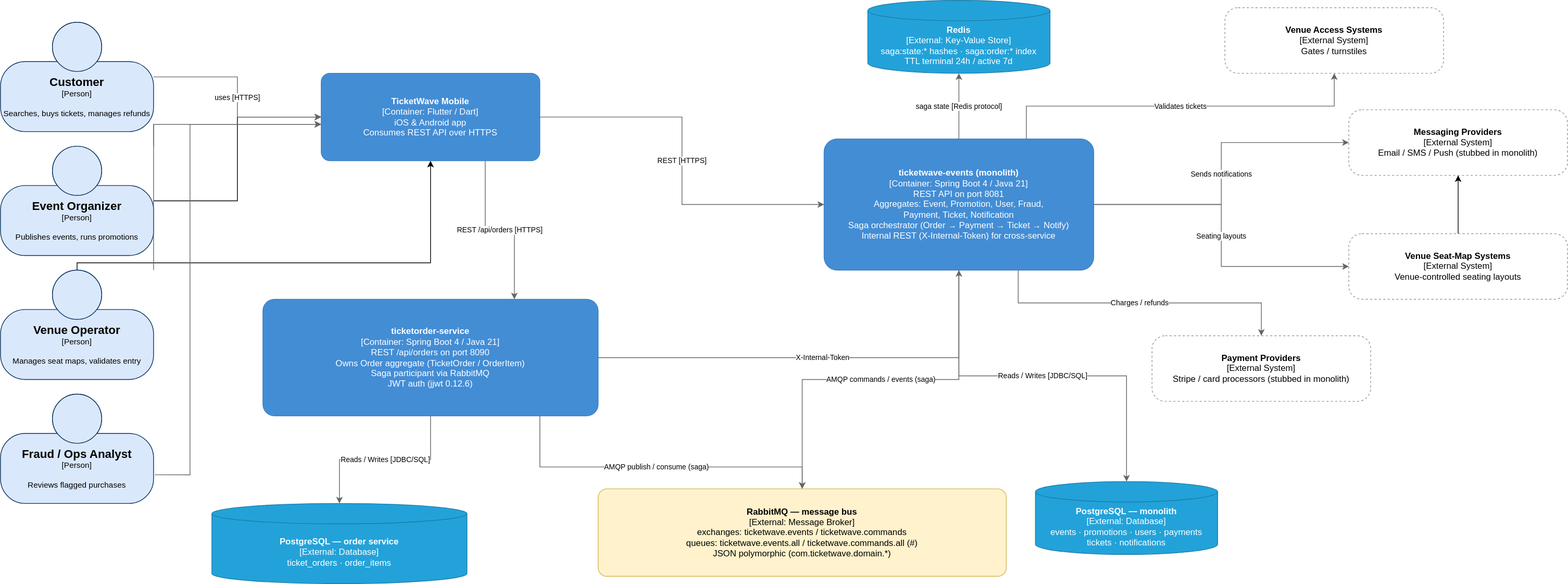
Above: ticketwave-events/diagrams/c4model/ticketwave-c2-container.drawio.svg in Juanchoque1206/ticketwave-api-gateway (draw.io), before the change. Source tidied: cells renumbered, new cells last; positions are measured from the earlier drawing's top-left corner, leaving out a move shared by most shapes.
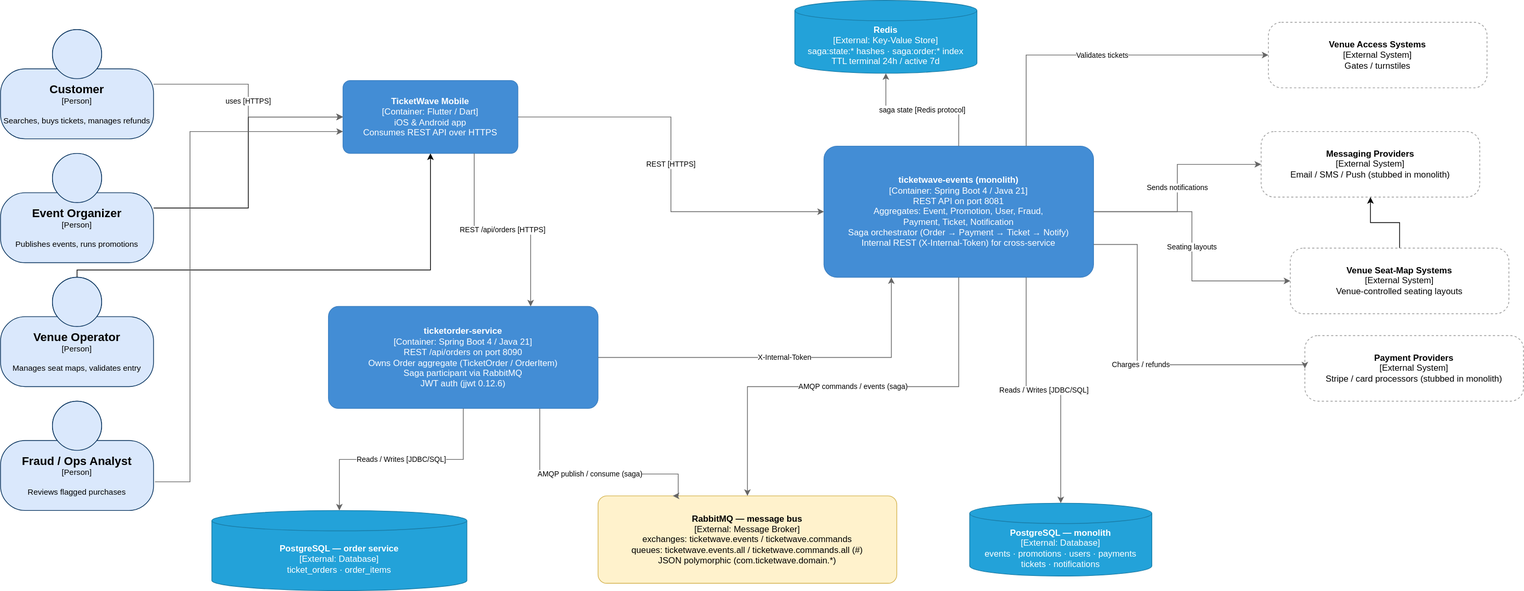
After the change.

The edit, as a diff of the source:
```diff
@@ -26,10 +26,10 @@
       <mxGeometry y="540" width="210" height="150" as="geometry" />
     </mxCell>
     <mxCell id="8" value="&lt;b&gt;TicketWave Mobile&lt;/b&gt;&lt;br&gt;[Container: Flutter / Dart]&lt;br&gt;iOS &amp; Android app&lt;br&gt;Consumes REST API over HTTPS" style="rounded=1;whiteSpace=wrap;html=1;fillColor=#438dd5;strokeColor=#3c7fc0;fontColor=#ffffff;arcSize=10;" parent="1" vertex="1">
-      <mxGeometry x="440" y="100" width="300" height="120" as="geometry" />
+      <mxGeometry x="470" y="100" width="240" height="100" as="geometry" />
     </mxCell>
     <mxCell id="9" value="&lt;b&gt;ticketorder-service&lt;/b&gt;&lt;br&gt;[Container: Spring Boot 4 / Java 21]&lt;br&gt;REST /api/orders on port 8090&lt;br&gt;Owns Order aggregate (TicketOrder / OrderItem)&lt;br&gt;Saga participant via RabbitMQ&lt;br&gt;JWT auth (jjwt 0.12.6)" style="rounded=1;whiteSpace=wrap;html=1;fillColor=#438dd5;strokeColor=#3c7fc0;fontColor=#ffffff;arcSize=10;" parent="1" vertex="1">
-      <mxGeometry x="360" y="410" width="460" height="160" as="geometry" />
+      <mxGeometry x="450" y="410" width="370" height="140" as="geometry" />
     </mxCell>
     <mxCell id="10" value="&lt;b&gt;ticketwave-events (monolith)&lt;/b&gt;&lt;br&gt;[Container: Spring Boot 4 / Java 21]&lt;br&gt;REST API on port 8081&lt;br&gt;Aggregates: Event, Promotion, User, Fraud,&lt;br&gt;Payment, Ticket, Notification&lt;br&gt;Saga orchestrator (Order → Payment → Ticket → Notify)&lt;br&gt;Internal REST (X-Internal-Token) for cross-service" style="rounded=1;whiteSpace=wrap;html=1;fillColor=#438dd5;strokeColor=#3c7fc0;fontColor=#ffffff;arcSize=10;" parent="1" vertex="1">
       <mxGeometry x="1130" y="190" width="370" height="180" as="geometry" />
@@ -38,46 +38,32 @@
       <mxGeometry x="290" y="690" width="350" height="110" as="geometry" />
     </mxCell>
     <mxCell id="12" value="&lt;b&gt;Redis&lt;/b&gt;&lt;br&gt;[External: Key-Value Store]&lt;br&gt;saga:state:* hashes · saga:order:* index&lt;br&gt;TTL terminal 24h / active 7d" style="shape=cylinder3;whiteSpace=wrap;html=1;boundedLbl=1;backgroundOutline=1;size=14;fillColor=#23a2d9;strokeColor=#1a7da8;fontColor=#ffffff;" parent="1" vertex="1">
-      <mxGeometry x="1190" width="250" height="100" as="geometry" />
+      <mxGeometry x="1090" y="-10" width="250" height="100" as="geometry" />
     </mxCell>
     <mxCell id="13" value="&lt;b&gt;PostgreSQL — monolith&lt;/b&gt;&lt;br&gt;[External: Database]&lt;br&gt;events · promotions · users · payments&lt;br&gt;tickets · notifications" style="shape=cylinder3;whiteSpace=wrap;html=1;boundedLbl=1;backgroundOutline=1;size=14;fillColor=#23a2d9;strokeColor=#1a7da8;fontColor=#ffffff;" parent="1" vertex="1">
-      <mxGeometry x="1420" y="660" width="250" height="100" as="geometry" />
+      <mxGeometry x="1330" y="680" width="250" height="100" as="geometry" />
     </mxCell>
     <mxCell id="14" value="&lt;b&gt;RabbitMQ — message bus&lt;/b&gt;&lt;br&gt;[External: Message Broker]&lt;br&gt;exchanges: ticketwave.events / ticketwave.commands&lt;br&gt;queues: ticketwave.events.all / ticketwave.commands.all (#)&lt;br&gt;JSON polymorphic (com.ticketwave.domain.*)" style="rounded=1;whiteSpace=wrap;html=1;fillColor=#fff2cc;strokeColor=#d6b656;fontColor=#000000;arcSize=10;" parent="1" vertex="1">
-      <mxGeometry x="820" y="670" width="560" height="120" as="geometry" />
+      <mxGeometry x="820" y="670" width="410" height="120" as="geometry" />
     </mxCell>
     <mxCell id="15" value="&lt;b&gt;Payment Providers&lt;/b&gt;&lt;br&gt;[External System]&lt;br&gt;Stripe / card processors (stubbed in monolith)" style="rounded=1;whiteSpace=wrap;html=1;fillColor=#ffffff;strokeColor=#999999;dashed=1;arcSize=20;" parent="1" vertex="1">
-      <mxGeometry x="1580" y="460" width="300" height="90" as="geometry" />
+      <mxGeometry x="1790" y="450" width="300" height="90" as="geometry" />
     </mxCell>
     <mxCell id="16" value="&lt;b&gt;Messaging Providers&lt;/b&gt;&lt;br&gt;[External System]&lt;br&gt;Email / SMS / Push (stubbed in monolith)" style="rounded=1;whiteSpace=wrap;html=1;fillColor=#ffffff;strokeColor=#999999;dashed=1;arcSize=20;" parent="1" vertex="1">
-      <mxGeometry x="1850" y="150" width="300" height="90" as="geometry" />
+      <mxGeometry x="1730" y="170" width="300" height="90" as="geometry" />
     </mxCell>
     <mxCell id="17" value="&lt;b&gt;Venue Access Systems&lt;/b&gt;&lt;br&gt;[External System]&lt;br&gt;Gates / turnstiles" style="rounded=1;whiteSpace=wrap;html=1;fillColor=#ffffff;strokeColor=#999999;dashed=1;arcSize=20;" parent="1" vertex="1">
-      <mxGeometry x="1680" y="10" width="300" height="90" as="geometry" />
+      <mxGeometry x="1740" y="20" width="300" height="90" as="geometry" />
     </mxCell>
     <mxCell id="18" style="edgeStyle=orthogonalEdgeStyle;rounded=0;jettySize=auto;html=1;" parent="1" edge="1" source="19" target="16">
       <mxGeometry relative="1" as="geometry" />
     </mxCell>
     <mxCell id="19" value="&lt;b&gt;Venue Seat-Map Systems&lt;/b&gt;&lt;br&gt;[External System]&lt;br&gt;Venue-controlled seating layouts" style="rounded=1;whiteSpace=wrap;html=1;fillColor=#ffffff;strokeColor=#999999;dashed=1;arcSize=20;" parent="1" vertex="1">
-      <mxGeometry x="1850" y="320" width="300" height="90" as="geometry" />
+      <mxGeometry x="1770" y="330" width="300" height="90" as="geometry" />
     </mxCell>
     <mxCell id="20" value="uses [HTTPS]" style="edgeStyle=orthogonalEdgeStyle;rounded=0;jettySize=auto;html=1;strokeColor=#666666;fontSize=10;" parent="1" edge="1" source="2" target="8">
       <mxGeometry relative="1" as="geometry" />
     </mxCell>
-    <mxCell id="21" style="edgeStyle=orthogonalEdgeStyle;rounded=0;jettySize=auto;html=1;strokeColor=#666666;fontSize=10;" parent="1" edge="1" source="4" target="8">
-      <mxGeometry relative="1" as="geometry">
-        <Array as="points">
-          <mxPoint x="210" y="170" />
-        </Array>
-      </mxGeometry>
-    </mxCell>
-    <mxCell id="22" style="edgeStyle=orthogonalEdgeStyle;rounded=0;jettySize=auto;html=1;strokeColor=#666666;fontSize=10;" parent="1" edge="1" source="6" target="8">
-      <mxGeometry relative="1" as="geometry">
-        <Array as="points">
-          <mxPoint x="210" y="170" />
-        </Array>
-      </mxGeometry>
-    </mxCell>
     <mxCell id="23" style="edgeStyle=orthogonalEdgeStyle;rounded=0;jettySize=auto;html=1;strokeColor=#666666;fontSize=10;exitX=1.009;exitY=0.738;exitDx=0;exitDy=0;exitPerimeter=0;" parent="1" edge="1" source="7" target="8">
       <mxGeometry relative="1" as="geometry">
         <Array as="points">
@@ -95,19 +81,16 @@
     <mxCell id="26" value="Reads / Writes [JDBC/SQL]" style="edgeStyle=orthogonalEdgeStyle;rounded=0;jettySize=auto;html=1;strokeColor=#666666;fontSize=10;" parent="1" edge="1" source="9" target="11">
       <mxGeometry relative="1" as="geometry" />
     </mxCell>
-    <mxCell id="27" value="AMQP publish / consume (saga)" style="edgeStyle=orthogonalEdgeStyle;rounded=0;jettySize=auto;html=1;strokeColor=#666666;fontSize=10;" parent="1" edge="1" source="9" target="14">
+    <mxCell id="27" value="AMQP publish / consume (saga)" style="edgeStyle=orthogonalEdgeStyle;rounded=0;jettySize=auto;html=1;strokeColor=#666666;fontSize=10;entryX=0.25;entryY=0;entryDx=0;entryDy=0;" parent="1" edge="1" source="9" target="14">
       <mxGeometry relative="1" as="geometry">
         <Array as="points">
           <mxPoint x="740" y="640" />
+          <mxPoint x="930" y="640" />
         </Array>
       </mxGeometry>
     </mxCell>
-    <mxCell id="28" value="X-Internal-Token" style="edgeStyle=orthogonalEdgeStyle;rounded=0;jettySize=auto;html=1;strokeColor=#666666;fontSize=10;" parent="1" edge="1" source="9" target="10">
-      <mxGeometry relative="1" as="geometry">
-        <Array as="points">
-          <mxPoint x="1315" y="490" />
-        </Array>
-      </mxGeometry>
+    <mxCell id="28" value="X-Internal-Token" style="edgeStyle=orthogonalEdgeStyle;rounded=0;jettySize=auto;html=1;strokeColor=#666666;fontSize=10;entryX=0.25;entryY=1;entryDx=0;entryDy=0;" parent="1" edge="1" source="9" target="10">
+      <mxGeometry relative="1" as="geometry" />
     </mxCell>
     <mxCell id="29" value="AMQP commands / events (saga)" style="edgeStyle=orthogonalEdgeStyle;rounded=0;jettySize=auto;html=1;strokeColor=#666666;fontSize=10;" parent="1" edge="1" source="10" target="14">
       <mxGeometry relative="1" as="geometry" />
@@ -115,16 +98,22 @@
     <mxCell id="30" value="saga state [Redis protocol]" style="edgeStyle=orthogonalEdgeStyle;rounded=0;jettySize=auto;html=1;strokeColor=#666666;fontSize=10;" parent="1" edge="1" source="10" target="12">
       <mxGeometry relative="1" as="geometry" />
     </mxCell>
-    <mxCell id="31" value="Reads / Writes [JDBC/SQL]" style="edgeStyle=orthogonalEdgeStyle;rounded=0;jettySize=auto;html=1;strokeColor=#666666;fontSize=10;" parent="1" edge="1" source="10" target="13">
+    <mxCell id="31" value="Reads / Writes [JDBC/SQL]" style="edgeStyle=orthogonalEdgeStyle;rounded=0;jettySize=auto;html=1;strokeColor=#666666;fontSize=10;exitX=0.75;exitY=1;exitDx=0;exitDy=0;" parent="1" edge="1" source="10" target="13">
       <mxGeometry relative="1" as="geometry" />
     </mxCell>
-    <mxCell id="32" value="Charges / refunds" style="edgeStyle=orthogonalEdgeStyle;rounded=0;jettySize=auto;html=1;strokeColor=#666666;fontSize=10;exitX=0.72;exitY=1;exitDx=0;exitDy=0;exitPerimeter=0;" parent="1" edge="1" source="10" target="15">
-      <mxGeometry relative="1" as="geometry" />
+    <mxCell id="32" value="Charges / refunds" style="edgeStyle=orthogonalEdgeStyle;rounded=0;jettySize=auto;html=1;strokeColor=#666666;fontSize=10;exitX=1;exitY=0.75;exitDx=0;exitDy=0;entryX=0;entryY=0.5;entryDx=0;entryDy=0;" parent="1" edge="1" source="10" target="15">
+      <mxGeometry relative="1" as="geometry">
+        <Array as="points">
+          <mxPoint x="1560" y="325" />
+          <mxPoint x="1560" y="490" />
+          <mxPoint x="1790" y="490" />
+        </Array>
+      </mxGeometry>
     </mxCell>
     <mxCell id="33" value="Sends notifications" style="edgeStyle=orthogonalEdgeStyle;rounded=0;jettySize=auto;html=1;strokeColor=#666666;fontSize=10;" parent="1" edge="1" source="10" target="16">
       <mxGeometry relative="1" as="geometry" />
     </mxCell>
-    <mxCell id="34" value="Validates tickets" style="edgeStyle=orthogonalEdgeStyle;rounded=0;jettySize=auto;html=1;strokeColor=#666666;fontSize=10;exitX=0.75;exitY=0;exitDx=0;exitDy=0;" parent="1" edge="1" source="10" target="17">
+    <mxCell id="34" value="Validates tickets" style="edgeStyle=orthogonalEdgeStyle;rounded=0;jettySize=auto;html=1;strokeColor=#666666;fontSize=10;exitX=0.75;exitY=0;exitDx=0;exitDy=0;entryX=0;entryY=0.5;entryDx=0;entryDy=0;" parent="1" edge="1" source="10" target="17">
       <mxGeometry relative="1" as="geometry" />
     </mxCell>
     <mxCell id="35" value="Seating layouts" style="edgeStyle=orthogonalEdgeStyle;rounded=0;jettySize=auto;html=1;strokeColor=#666666;fontSize=10;" parent="1" edge="1" source="10" target="19">
```
